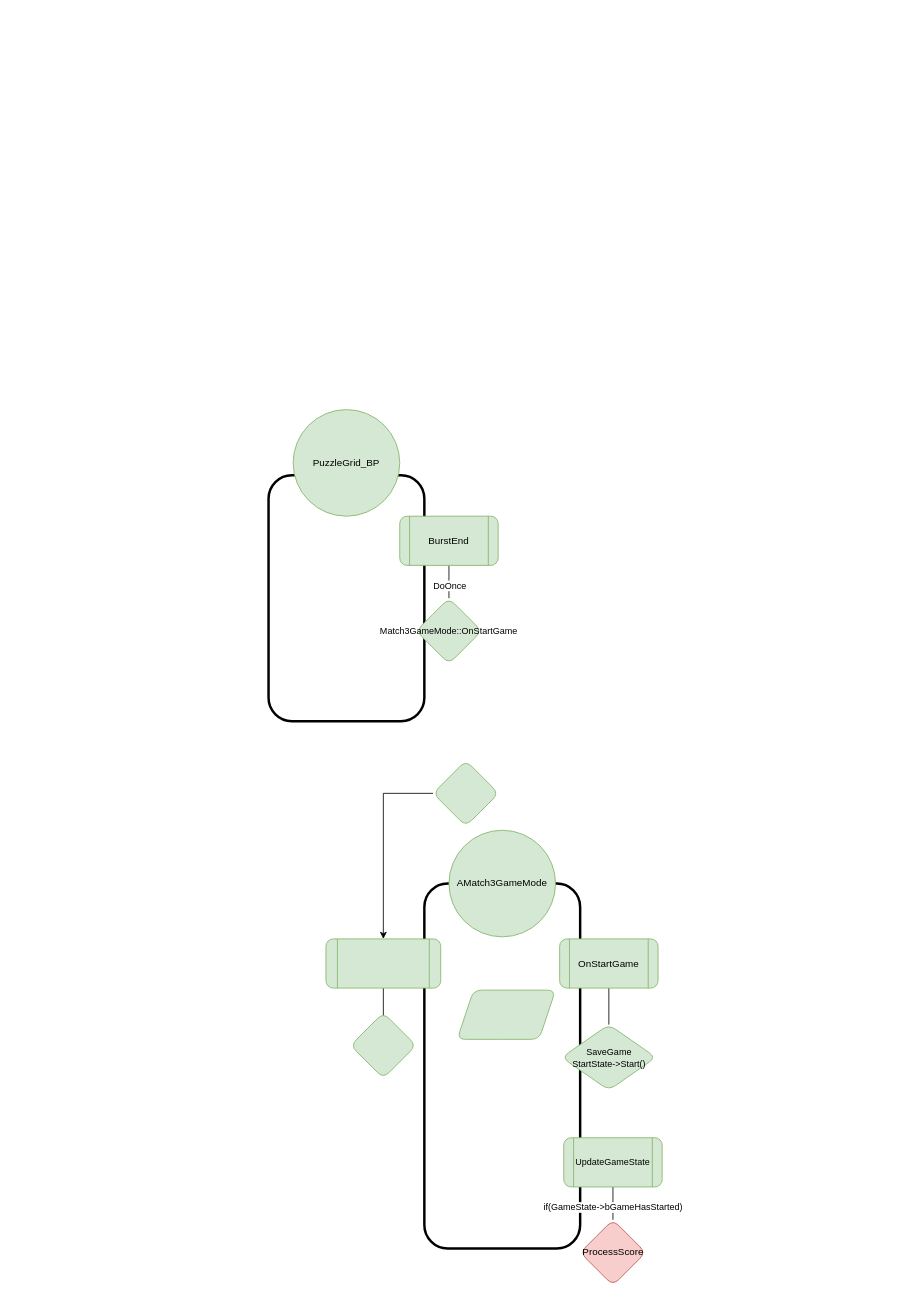
accusard/POdimh keeps this draw.io diagram as Design Documents/GameLoad.drawio. Above is the earlier version. Source tidied: cells renumbered, new cells numbered last; positions are measured from the earlier drawing's top-left corner, leaving out a move shared by most shapes. Both pictures are drawn from the tidied source at 82%, with x=0, y=0 at pixel (268, 409).
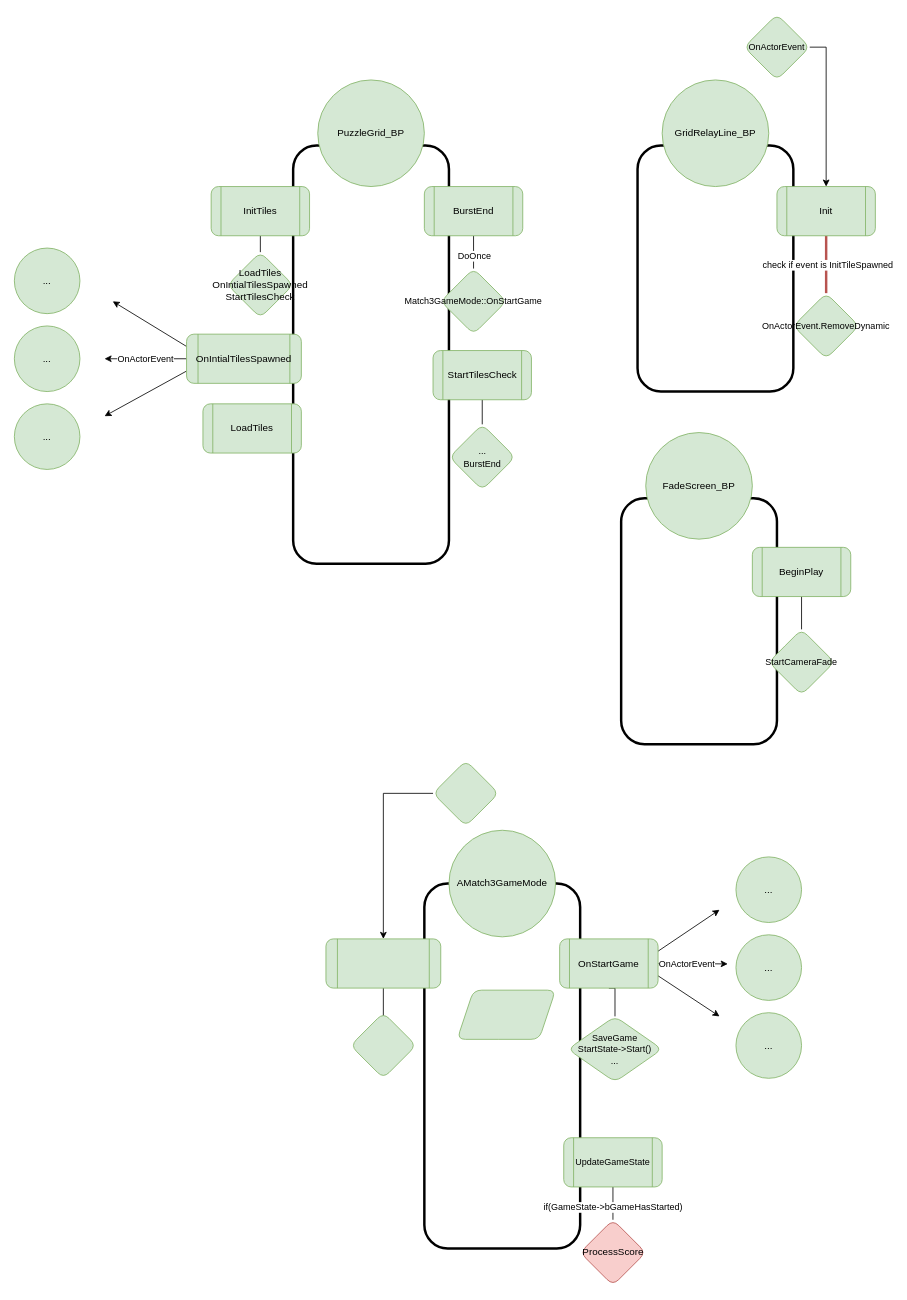
Above is the later version.

Commit message:
update game load diagram

Diff of the diagram source:
```diff
@@
-    <mxCell id="2" style="rounded=1;whiteSpace=wrap;html=1;fillColor=none;strokeWidth=3;" parent="1" vertex="1">
+    <mxCell id="2" style="rounded=1;whiteSpace=wrap;html=1;fillColor=none;strokeWidth=3;fontFamily=SF Mono;" parent="1" vertex="1">
       <mxGeometry x="190" y="578" width="190" height="445" as="geometry" />
     </mxCell>
+    <mxCell id="24" style="rounded=0;jettySize=auto;html=1;exitX=1;exitY=0.5;exitDx=0;exitDy=0;fontFamily=SF Mono;endArrow=classic;endFill=1;" parent="1" edge="1" source="14">
+      <mxGeometry relative="1" as="geometry">
+        <mxPoint x="560" y="676" as="targetPoint" />
+      </mxGeometry>
+    </mxCell>
+    <mxCell id="25" value="OnActorEvent" style="edgeLabel;html=1;align=center;verticalAlign=middle;fontSize=11;fontFamily=SF Mono;fontColor=default;" parent="24" vertex="1">
+      <mxGeometry x="-0.08" y="-3" relative="1" as="geometry">
+        <mxPoint x="-4" y="-3" as="offset" />
+      </mxGeometry>
+    </mxCell>
+    <mxCell id="26" style="edgeStyle=none;shape=connector;rounded=0;jettySize=auto;html=1;exitX=1;exitY=0.25;exitDx=0;exitDy=0;labelBackgroundColor=default;fontFamily=SF Mono;fontSize=11;fontColor=default;endArrow=classic;endFill=1;strokeColor=default;" parent="1" edge="1" source="14">
+      <mxGeometry relative="1" as="geometry">
+        <mxPoint x="550" y="610" as="targetPoint" />
+      </mxGeometry>
+    </mxCell>
+    <mxCell id="27" style="edgeStyle=none;shape=connector;rounded=0;jettySize=auto;html=1;exitX=1;exitY=0.75;exitDx=0;exitDy=0;labelBackgroundColor=default;fontFamily=SF Mono;fontSize=11;fontColor=default;endArrow=classic;endFill=1;strokeColor=default;" parent="1" edge="1" source="14">
+      <mxGeometry relative="1" as="geometry">
+        <mxPoint x="550" y="740" as="targetPoint" />
+      </mxGeometry>
+    </mxCell>
-    <mxCell id="3" value="&lt;span style=&quot;font-size: 11px;&quot;&gt;SaveGame&lt;br&gt;StartState-&amp;gt;Start()&lt;br&gt;&lt;/span&gt;" style="rhombus;whiteSpace=wrap;html=1;fillColor=#d5e8d4;strokeColor=#82b366;rounded=1;labelBackgroundColor=none;" parent="1" vertex="1">
-      <mxGeometry x="357.5" y="750" width="115" height="80" as="geometry" />
+    <mxCell id="3" value="&lt;span style=&quot;font-size: 11px&quot;&gt;SaveGame&lt;br&gt;StartState-&amp;gt;Start()&lt;br&gt;...&lt;br&gt;&lt;/span&gt;" style="rhombus;whiteSpace=wrap;html=1;fillColor=#d5e8d4;strokeColor=#82b366;rounded=1;labelBackgroundColor=none;fontFamily=SF Mono;" parent="1" vertex="1">
+      <mxGeometry x="365" y="740" width="115" height="80" as="geometry" />
     </mxCell>
-    <mxCell id="4" value="&lt;span style=&quot;font-size: 11px ; background-color: rgb(255 , 255 , 255)&quot;&gt;&lt;br&gt;&lt;/span&gt;" style="rhombus;whiteSpace=wrap;html=1;fillColor=#f8cecc;strokeColor=#b85450;rounded=1;" parent="1" vertex="1">
+    <mxCell id="4" value="&lt;span style=&quot;font-size: 11px ; background-color: rgb(255 , 255 , 255)&quot;&gt;&lt;br&gt;&lt;/span&gt;" style="rhombus;whiteSpace=wrap;html=1;fillColor=#f8cecc;strokeColor=#b85450;rounded=1;fontFamily=SF Mono;" parent="1" vertex="1">
       <mxGeometry x="380" y="988" width="80" height="80" as="geometry" />
     </mxCell>
-    <mxCell id="5" style="rounded=1;whiteSpace=wrap;html=1;fillColor=none;strokeWidth=3;" parent="1" vertex="1">
-      <mxGeometry y="80" width="190" height="300" as="geometry" />
+    <mxCell id="5" style="rounded=1;whiteSpace=wrap;html=1;fillColor=none;strokeWidth=3;fontFamily=SF Mono;" parent="1" vertex="1">
+      <mxGeometry x="30" y="-322" width="190" height="510" as="geometry" />
     </mxCell>
-    <mxCell id="6" value="AMatch3GameMode" style="ellipse;whiteSpace=wrap;html=1;fillColor=#d5e8d4;strokeColor=#82b366;rounded=1;" parent="1" vertex="1">
+    <mxCell id="6" value="AMatch3GameMode" style="ellipse;whiteSpace=wrap;html=1;fillColor=#d5e8d4;strokeColor=#82b366;rounded=1;fontFamily=SF Mono;" parent="1" vertex="1">
       <mxGeometry x="220" y="513" width="130" height="130" as="geometry" />
     </mxCell>
-    <mxCell id="7" style="edgeStyle=none;rounded=1;jettySize=auto;html=1;exitX=0.5;exitY=1;exitDx=0;exitDy=0;endArrow=none;endFill=0;entryX=0.5;entryY=0;entryDx=0;entryDy=0;" parent="1" edge="1" source="9" target="21">
+    <mxCell id="7" style="edgeStyle=none;rounded=1;jettySize=auto;html=1;exitX=0.5;exitY=1;exitDx=0;exitDy=0;endArrow=none;endFill=0;entryX=0.5;entryY=0;entryDx=0;entryDy=0;fontFamily=SF Mono;" parent="1" edge="1" source="9" target="21">
       <mxGeometry relative="1" as="geometry" />
     </mxCell>
-    <mxCell id="8" value="DoOnce" style="edgeLabel;html=1;align=center;verticalAlign=middle;" parent="7" vertex="1">
+    <mxCell id="8" value="DoOnce" style="edgeLabel;html=1;align=center;verticalAlign=middle;fontFamily=SF Mono;" parent="7" vertex="1">
       <mxGeometry x="0.2" relative="1" as="geometry" />
     </mxCell>
-    <mxCell id="9" value="BurstEnd" style="shape=process;whiteSpace=wrap;html=1;backgroundOutline=1;fillColor=#d5e8d4;strokeColor=#82b366;rounded=1;" parent="1" vertex="1">
-      <mxGeometry x="160" y="130" width="120" height="60" as="geometry" />
+    <mxCell id="9" value="BurstEnd" style="shape=process;whiteSpace=wrap;html=1;backgroundOutline=1;fillColor=#d5e8d4;strokeColor=#82b366;rounded=1;fontFamily=SF Mono;" parent="1" vertex="1">
+      <mxGeometry x="190" y="-272" width="120" height="60" as="geometry" />
     </mxCell>
-    <mxCell id="10" style="edgeStyle=orthogonalEdgeStyle;rounded=1;jettySize=auto;html=1;exitX=0.5;exitY=1;exitDx=0;exitDy=0;entryX=0.5;entryY=0;entryDx=0;entryDy=0;fontSize=12;endArrow=none;endFill=0;" parent="1" edge="1" source="12" target="4">
+    <mxCell id="10" style="edgeStyle=orthogonalEdgeStyle;rounded=1;jettySize=auto;html=1;exitX=0.5;exitY=1;exitDx=0;exitDy=0;entryX=0.5;entryY=0;entryDx=0;entryDy=0;fontSize=12;endArrow=none;endFill=0;fontFamily=SF Mono;" parent="1" edge="1" source="12" target="4">
       <mxGeometry relative="1" as="geometry" />
     </mxCell>
-    <mxCell id="11" value="if(GameState-&amp;gt;bGameHasStarted)" style="edgeLabel;html=1;align=center;verticalAlign=middle;" parent="10" vertex="1">
+    <mxCell id="11" value="if(GameState-&amp;gt;bGameHasStarted)" style="edgeLabel;html=1;align=center;verticalAlign=middle;fontFamily=SF Mono;" parent="10" vertex="1">
       <mxGeometry x="0.2" y="-1" relative="1" as="geometry" />
     </mxCell>
-    <mxCell id="12" value="&lt;span style=&quot;font-size: 11px;&quot;&gt;UpdateGameState&lt;/span&gt;" style="shape=process;whiteSpace=wrap;html=1;backgroundOutline=1;fillColor=#d5e8d4;strokeColor=#82b366;labelBackgroundColor=none;rounded=1;" parent="1" vertex="1">
+    <mxCell id="12" value="&lt;span style=&quot;font-size: 11px;&quot;&gt;UpdateGameState&lt;/span&gt;" style="shape=process;whiteSpace=wrap;html=1;backgroundOutline=1;fillColor=#d5e8d4;strokeColor=#82b366;labelBackgroundColor=none;rounded=1;fontFamily=SF Mono;" parent="1" vertex="1">
       <mxGeometry x="360" y="888" width="120" height="60" as="geometry" />
     </mxCell>
-    <mxCell id="13" style="edgeStyle=orthogonalEdgeStyle;rounded=0;jettySize=auto;html=1;exitX=0.5;exitY=1;exitDx=0;exitDy=0;endArrow=none;endFill=0;entryX=0.5;entryY=0;entryDx=0;entryDy=0;" parent="1" edge="1" source="14" target="3">
+    <mxCell id="13" style="edgeStyle=orthogonalEdgeStyle;rounded=0;jettySize=auto;html=1;exitX=0.5;exitY=1;exitDx=0;exitDy=0;endArrow=none;endFill=0;entryX=0.5;entryY=0;entryDx=0;entryDy=0;fontFamily=SF Mono;" parent="1" edge="1" source="14" target="3">
       <mxGeometry relative="1" as="geometry" />
     </mxCell>
-    <mxCell id="14" value="OnStartGame" style="shape=process;whiteSpace=wrap;html=1;backgroundOutline=1;fillColor=#d5e8d4;strokeColor=#82b366;rounded=1;" parent="1" vertex="1">
+    <mxCell id="14" value="OnStartGame" style="shape=process;whiteSpace=wrap;html=1;backgroundOutline=1;fillColor=#d5e8d4;strokeColor=#82b366;rounded=1;fontFamily=SF Mono;" parent="1" vertex="1">
       <mxGeometry x="355" y="645.5" width="120" height="60" as="geometry" />
     </mxCell>
-    <mxCell id="15" value="PuzzleGrid_BP" style="ellipse;whiteSpace=wrap;html=1;fillColor=#d5e8d4;strokeColor=#82b366;rounded=1;" parent="1" vertex="1">
-      <mxGeometry x="30" width="130" height="130" as="geometry" />
+    <mxCell id="15" value="PuzzleGrid_BP" style="ellipse;whiteSpace=wrap;html=1;fillColor=#d5e8d4;strokeColor=#82b366;rounded=1;fontFamily=SF Mono;" parent="1" vertex="1">
+      <mxGeometry x="60" y="-402" width="130" height="130" as="geometry" />
     </mxCell>
-    <mxCell id="16" value="ProcessScore" style="text;html=1;align=center;verticalAlign=middle;strokeColor=none;fillColor=none;fontSize=12;rounded=1;labelBackgroundColor=none;" parent="1" vertex="1">
-      <mxGeometry x="375" y="1018" width="90" height="20" as="geometry" />
+    <mxCell id="16" value="ProcessScore" style="text;html=1;align=center;verticalAlign=middle;strokeColor=none;fillColor=none;fontSize=12;rounded=1;labelBackgroundColor=none;fontFamily=SF Mono;" parent="1" vertex="1">
+      <mxGeometry x="380" y="1018" width="80" height="20" as="geometry" />
     </mxCell>
-    <mxCell id="17" style="edgeStyle=orthogonalEdgeStyle;rounded=0;jettySize=auto;html=1;exitX=0;exitY=0.5;exitDx=0;exitDy=0;entryX=0.5;entryY=0;entryDx=0;entryDy=0;" parent="1" edge="1" source="18" target="20">
+    <mxCell id="17" style="edgeStyle=orthogonalEdgeStyle;rounded=0;jettySize=auto;html=1;exitX=0;exitY=0.5;exitDx=0;exitDy=0;entryX=0.5;entryY=0;entryDx=0;entryDy=0;fontFamily=SF Mono;" parent="1" edge="1" source="18" target="20">
       <mxGeometry relative="1" as="geometry" />
     </mxCell>
-    <mxCell id="18" value="&lt;span style=&quot;font-size: 11px&quot;&gt;&lt;br&gt;&lt;/span&gt;" style="rhombus;whiteSpace=wrap;html=1;fillColor=#d5e8d4;strokeColor=#82b366;rounded=1;labelBackgroundColor=none;" parent="1" vertex="1">
+    <mxCell id="18" value="&lt;span style=&quot;font-size: 11px&quot;&gt;&lt;br&gt;&lt;/span&gt;" style="rhombus;whiteSpace=wrap;html=1;fillColor=#d5e8d4;strokeColor=#82b366;rounded=1;labelBackgroundColor=none;fontFamily=SF Mono;" parent="1" vertex="1">
       <mxGeometry x="200.6" y="428" width="80" height="80" as="geometry" />
     </mxCell>
-    <mxCell id="19" style="edgeStyle=orthogonalEdgeStyle;rounded=0;jettySize=auto;html=1;exitX=0.5;exitY=1;exitDx=0;exitDy=0;endArrow=none;endFill=0;" parent="1" edge="1" source="20">
+    <mxCell id="19" style="edgeStyle=orthogonalEdgeStyle;rounded=0;jettySize=auto;html=1;exitX=0.5;exitY=1;exitDx=0;exitDy=0;endArrow=none;endFill=0;fontFamily=SF Mono;" parent="1" edge="1" source="20">
       <mxGeometry relative="1" as="geometry">
         <mxPoint x="140" y="740" as="targetPoint" />
       </mxGeometry>
     </mxCell>
-    <mxCell id="20" style="shape=process;whiteSpace=wrap;html=1;backgroundOutline=1;fillColor=#d5e8d4;strokeColor=#82b366;labelBackgroundColor=none;rounded=1;" parent="1" vertex="1">
+    <mxCell id="20" style="shape=process;whiteSpace=wrap;html=1;backgroundOutline=1;fillColor=#d5e8d4;strokeColor=#82b366;labelBackgroundColor=none;rounded=1;fontFamily=SF Mono;" parent="1" vertex="1">
       <mxGeometry x="70" y="645.5" width="140" height="60" as="geometry" />
     </mxCell>
-    <mxCell id="21" value="&lt;span style=&quot;font-size: 11px&quot;&gt;Match3GameMode::OnStartGame&lt;br&gt;&lt;/span&gt;" style="rhombus;whiteSpace=wrap;html=1;fillColor=#d5e8d4;strokeColor=#82b366;rounded=1;labelBackgroundColor=none;" parent="1" vertex="1">
-      <mxGeometry x="180" y="230" width="80" height="80" as="geometry" />
+    <mxCell id="21" value="&lt;span style=&quot;font-size: 11px&quot;&gt;Match3GameMode::OnStartGame&lt;br&gt;&lt;/span&gt;" style="rhombus;whiteSpace=wrap;html=1;fillColor=#d5e8d4;strokeColor=#82b366;rounded=1;labelBackgroundColor=none;fontFamily=SF Mono;" parent="1" vertex="1">
+      <mxGeometry x="210" y="-172" width="80" height="80" as="geometry" />
     </mxCell>
-    <mxCell id="22" style="shape=parallelogram;perimeter=parallelogramPerimeter;whiteSpace=wrap;html=1;fixedSize=1;fillColor=#d5e8d4;strokeColor=#82b366;rounded=1;" parent="1" vertex="1">
+    <mxCell id="22" style="shape=parallelogram;perimeter=parallelogramPerimeter;whiteSpace=wrap;html=1;fixedSize=1;fillColor=#d5e8d4;strokeColor=#82b366;rounded=1;fontFamily=SF Mono;" parent="1" vertex="1">
       <mxGeometry x="230" y="708" width="120" height="60" as="geometry" />
     </mxCell>
-    <mxCell id="23" value="&lt;span&gt;&lt;br&gt;&lt;/span&gt;" style="rhombus;whiteSpace=wrap;html=1;fillColor=#d5e8d4;strokeColor=#82b366;rounded=1;labelBackgroundColor=none;" parent="1" vertex="1">
+    <mxCell id="23" value="&lt;span&gt;&lt;br&gt;&lt;/span&gt;" style="rhombus;whiteSpace=wrap;html=1;fillColor=#d5e8d4;strokeColor=#82b366;rounded=1;labelBackgroundColor=none;fontFamily=SF Mono;" parent="1" vertex="1">
       <mxGeometry x="100" y="735.5" width="80" height="80" as="geometry" />
     </mxCell>
+    <mxCell id="28" style="edgeStyle=orthogonalEdgeStyle;rounded=0;jettySize=auto;html=1;exitX=0.5;exitY=1;exitDx=0;exitDy=0;entryX=0.5;entryY=0;entryDx=0;entryDy=0;fontFamily=SF Mono;endArrow=none;endFill=0;" parent="1" edge="1" source="29" target="30">
+      <mxGeometry relative="1" as="geometry" />
+    </mxCell>
+    <mxCell id="29" value="InitTiles" style="shape=process;whiteSpace=wrap;html=1;backgroundOutline=1;fillColor=#d5e8d4;strokeColor=#82b366;rounded=1;fontFamily=SF Mono;" parent="1" vertex="1">
+      <mxGeometry x="-70" y="-272" width="120" height="60" as="geometry" />
+    </mxCell>
+    <mxCell id="30" value="LoadTiles&lt;br&gt;OnIntialTilesSpawned&lt;span&gt;&lt;br&gt;StartTilesCheck&lt;br&gt;&lt;/span&gt;" style="rhombus;whiteSpace=wrap;html=1;fillColor=#d5e8d4;strokeColor=#82b366;rounded=1;labelBackgroundColor=none;fontFamily=SF Mono;" parent="1" vertex="1">
+      <mxGeometry x="-50" y="-192" width="80" height="80" as="geometry" />
+    </mxCell>
+    <mxCell id="31" style="edgeStyle=none;shape=connector;rounded=0;jettySize=auto;html=1;exitX=0;exitY=0.25;exitDx=0;exitDy=0;labelBackgroundColor=default;fontFamily=SF Mono;fontSize=11;fontColor=default;endArrow=classic;endFill=1;strokeColor=default;" parent="1" edge="1" source="34">
+      <mxGeometry relative="1" as="geometry">
+        <mxPoint x="-190" y="-132" as="targetPoint" />
+      </mxGeometry>
+    </mxCell>
+    <mxCell id="32" value="OnActorEvent" style="edgeStyle=none;shape=connector;rounded=0;jettySize=auto;html=1;exitX=0;exitY=0.5;exitDx=0;exitDy=0;labelBackgroundColor=default;fontFamily=SF Mono;fontSize=11;fontColor=default;endArrow=classic;endFill=1;strokeColor=default;" parent="1" edge="1" source="34">
+      <mxGeometry relative="1" as="geometry">
+        <mxPoint x="-200" y="-62" as="targetPoint" />
+      </mxGeometry>
+    </mxCell>
+    <mxCell id="33" style="edgeStyle=none;shape=connector;rounded=0;jettySize=auto;html=1;exitX=0;exitY=0.75;exitDx=0;exitDy=0;labelBackgroundColor=default;fontFamily=SF Mono;fontSize=11;fontColor=default;endArrow=classic;endFill=1;strokeColor=default;" parent="1" edge="1" source="34">
+      <mxGeometry relative="1" as="geometry">
+        <mxPoint x="-200" y="8" as="targetPoint" />
+      </mxGeometry>
+    </mxCell>
+    <mxCell id="34" value="OnIntialTilesSpawned" style="shape=process;whiteSpace=wrap;html=1;backgroundOutline=1;fillColor=#d5e8d4;strokeColor=#82b366;rounded=1;fontFamily=SF Mono;" parent="1" vertex="1">
+      <mxGeometry x="-100" y="-92" width="140" height="60" as="geometry" />
+    </mxCell>
+    <mxCell id="35" value="..." style="ellipse;whiteSpace=wrap;html=1;fillColor=#d5e8d4;strokeColor=#82b366;rounded=1;" parent="1" vertex="1">
+      <mxGeometry x="570" y="545.5" width="80" height="80" as="geometry" />
+    </mxCell>
+    <mxCell id="36" value="..." style="ellipse;whiteSpace=wrap;html=1;fillColor=#d5e8d4;strokeColor=#82b366;rounded=1;" parent="1" vertex="1">
+      <mxGeometry x="570" y="640.5" width="80" height="80" as="geometry" />
+    </mxCell>
+    <mxCell id="37" value="..." style="ellipse;whiteSpace=wrap;html=1;fillColor=#d5e8d4;strokeColor=#82b366;rounded=1;" parent="1" vertex="1">
+      <mxGeometry x="570" y="735.5" width="80" height="80" as="geometry" />
+    </mxCell>
+    <mxCell id="38" value="..." style="ellipse;whiteSpace=wrap;html=1;fillColor=#d5e8d4;strokeColor=#82b366;rounded=1;" parent="1" vertex="1">
+      <mxGeometry x="-310" y="-197" width="80" height="80" as="geometry" />
+    </mxCell>
+    <mxCell id="39" value="..." style="ellipse;whiteSpace=wrap;html=1;fillColor=#d5e8d4;strokeColor=#82b366;rounded=1;" parent="1" vertex="1">
+      <mxGeometry x="-310" y="-102" width="80" height="80" as="geometry" />
+    </mxCell>
+    <mxCell id="40" value="..." style="ellipse;whiteSpace=wrap;html=1;fillColor=#d5e8d4;strokeColor=#82b366;rounded=1;" parent="1" vertex="1">
+      <mxGeometry x="-310" y="-7" width="80" height="80" as="geometry" />
+    </mxCell>
+    <mxCell id="41" style="rounded=1;whiteSpace=wrap;html=1;fillColor=none;strokeWidth=3;fontFamily=SF Mono;" parent="1" vertex="1">
+      <mxGeometry x="450" y="-322" width="190" height="300" as="geometry" />
+    </mxCell>
+    <mxCell id="42" style="edgeStyle=none;rounded=1;jettySize=auto;html=1;exitX=0.5;exitY=1;exitDx=0;exitDy=0;endArrow=none;endFill=0;entryX=0.5;entryY=0;entryDx=0;entryDy=0;fontFamily=SF Mono;fillColor=#f8cecc;strokeColor=#b85450;strokeWidth=3;" parent="1" edge="1" source="44" target="46">
+      <mxGeometry relative="1" as="geometry" />
+    </mxCell>
+    <mxCell id="43" value="check if event is InitTileSpawned" style="edgeLabel;html=1;align=center;verticalAlign=middle;fontSize=11;fontFamily=SF Mono;fontColor=default;" parent="42" vertex="1">
+      <mxGeometry y="1" relative="1" as="geometry" />
+    </mxCell>
+    <mxCell id="44" value="Init" style="shape=process;whiteSpace=wrap;html=1;backgroundOutline=1;fillColor=#d5e8d4;strokeColor=#82b366;rounded=1;fontFamily=SF Mono;" parent="1" vertex="1">
+      <mxGeometry x="620" y="-272" width="120" height="60" as="geometry" />
+    </mxCell>
+    <mxCell id="45" value="GridRelayLine_BP" style="ellipse;whiteSpace=wrap;html=1;fillColor=#d5e8d4;strokeColor=#82b366;rounded=1;fontFamily=SF Mono;" parent="1" vertex="1">
+      <mxGeometry x="480" y="-402" width="130" height="130" as="geometry" />
+    </mxCell>
+    <mxCell id="46" value="&lt;span style=&quot;font-size: 11px&quot;&gt;OnActorEvent.RemoveDynamic&lt;br&gt;&lt;/span&gt;" style="rhombus;whiteSpace=wrap;html=1;fillColor=#d5e8d4;strokeColor=#82b366;rounded=1;labelBackgroundColor=none;fontFamily=SF Mono;" parent="1" vertex="1">
+      <mxGeometry x="640" y="-142" width="80" height="80" as="geometry" />
+    </mxCell>
+    <mxCell id="47" style="edgeStyle=orthogonalEdgeStyle;shape=connector;rounded=0;jettySize=auto;html=1;exitX=1;exitY=0.5;exitDx=0;exitDy=0;labelBackgroundColor=default;fontFamily=SF Mono;fontSize=11;fontColor=default;endArrow=classic;endFill=1;strokeColor=default;" parent="1" edge="1" source="48" target="44">
+      <mxGeometry relative="1" as="geometry" />
+    </mxCell>
+    <mxCell id="48" value="&lt;span style=&quot;font-size: 11px&quot;&gt;OnActorEvent&lt;br&gt;&lt;/span&gt;" style="rhombus;whiteSpace=wrap;html=1;fillColor=#d5e8d4;strokeColor=#82b366;rounded=1;labelBackgroundColor=none;fontFamily=SF Mono;" parent="1" vertex="1">
+      <mxGeometry x="580" y="-482" width="80" height="80" as="geometry" />
+    </mxCell>
+    <mxCell id="49" style="edgeStyle=orthogonalEdgeStyle;shape=connector;rounded=0;jettySize=auto;html=1;exitX=0.5;exitY=1;exitDx=0;exitDy=0;entryX=0.5;entryY=0;entryDx=0;entryDy=0;labelBackgroundColor=default;fontFamily=SF Mono;fontSize=11;fontColor=default;endArrow=none;endFill=0;strokeColor=default;strokeWidth=1;" parent="1" edge="1" source="50" target="51">
+      <mxGeometry relative="1" as="geometry" />
+    </mxCell>
+    <mxCell id="50" value="StartTilesCheck" style="shape=process;whiteSpace=wrap;html=1;backgroundOutline=1;fillColor=#d5e8d4;strokeColor=#82b366;rounded=1;fontFamily=SF Mono;" parent="1" vertex="1">
+      <mxGeometry x="200.6" y="-72" width="120" height="60" as="geometry" />
+    </mxCell>
+    <mxCell id="51" value="&lt;span style=&quot;font-size: 11px&quot;&gt;...&lt;br&gt;BurstEnd&lt;br&gt;&lt;/span&gt;" style="rhombus;whiteSpace=wrap;html=1;fillColor=#d5e8d4;strokeColor=#82b366;rounded=1;labelBackgroundColor=none;fontFamily=SF Mono;" parent="1" vertex="1">
+      <mxGeometry x="220.6" y="18" width="80" height="80" as="geometry" />
+    </mxCell>
+    <mxCell id="52" value="LoadTiles" style="shape=process;whiteSpace=wrap;html=1;backgroundOutline=1;fillColor=#d5e8d4;strokeColor=#82b366;rounded=1;fontFamily=SF Mono;" parent="1" vertex="1">
+      <mxGeometry x="-80" y="-7" width="120" height="60" as="geometry" />
+    </mxCell>
+    <mxCell id="53" style="rounded=1;whiteSpace=wrap;html=1;fillColor=none;strokeWidth=3;fontFamily=SF Mono;" parent="1" vertex="1">
+      <mxGeometry x="430" y="108" width="190" height="300" as="geometry" />
+    </mxCell>
+    <mxCell id="54" value="FadeScreen_BP" style="ellipse;whiteSpace=wrap;html=1;fillColor=#d5e8d4;strokeColor=#82b366;rounded=1;fontFamily=SF Mono;" parent="1" vertex="1">
+      <mxGeometry x="460" y="28" width="130" height="130" as="geometry" />
+    </mxCell>
+    <mxCell id="55" style="edgeStyle=orthogonalEdgeStyle;shape=connector;rounded=0;jettySize=auto;html=1;exitX=0.5;exitY=1;exitDx=0;exitDy=0;entryX=0.5;entryY=0;entryDx=0;entryDy=0;labelBackgroundColor=default;fontFamily=SF Mono;fontSize=11;fontColor=default;endArrow=none;endFill=0;strokeColor=default;strokeWidth=1;" parent="1" edge="1" source="56" target="57">
+      <mxGeometry relative="1" as="geometry" />
+    </mxCell>
+    <mxCell id="56" value="BeginPlay" style="shape=process;whiteSpace=wrap;html=1;backgroundOutline=1;fillColor=#d5e8d4;strokeColor=#82b366;rounded=1;fontFamily=SF Mono;" parent="1" vertex="1">
+      <mxGeometry x="590" y="168" width="120" height="60" as="geometry" />
+    </mxCell>
+    <mxCell id="57" value="&lt;span style=&quot;font-size: 11px&quot;&gt;StartCameraFade&lt;br&gt;&lt;/span&gt;" style="rhombus;whiteSpace=wrap;html=1;fillColor=#d5e8d4;strokeColor=#82b366;rounded=1;labelBackgroundColor=none;fontFamily=SF Mono;" parent="1" vertex="1">
+      <mxGeometry x="610" y="268" width="80" height="80" as="geometry" />
+    </mxCell>
```
